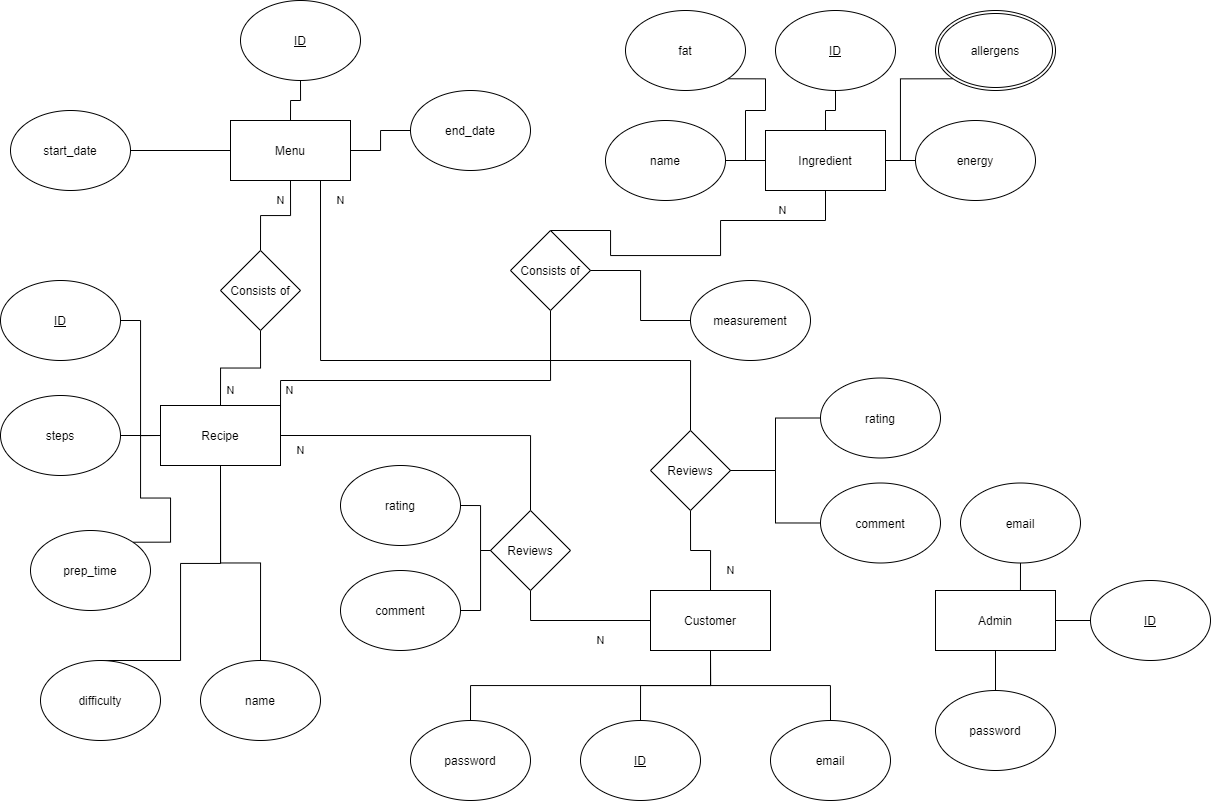
The draw.io diagram diagrams/menu-plan-ER.png in JoshuaDerbe/hf-menu-plan-challenge, before a commit. Source tidied: cells renumbered, new cells last; positions are measured from the earlier drawing's top-left corner, leaving out a move shared by most shapes.
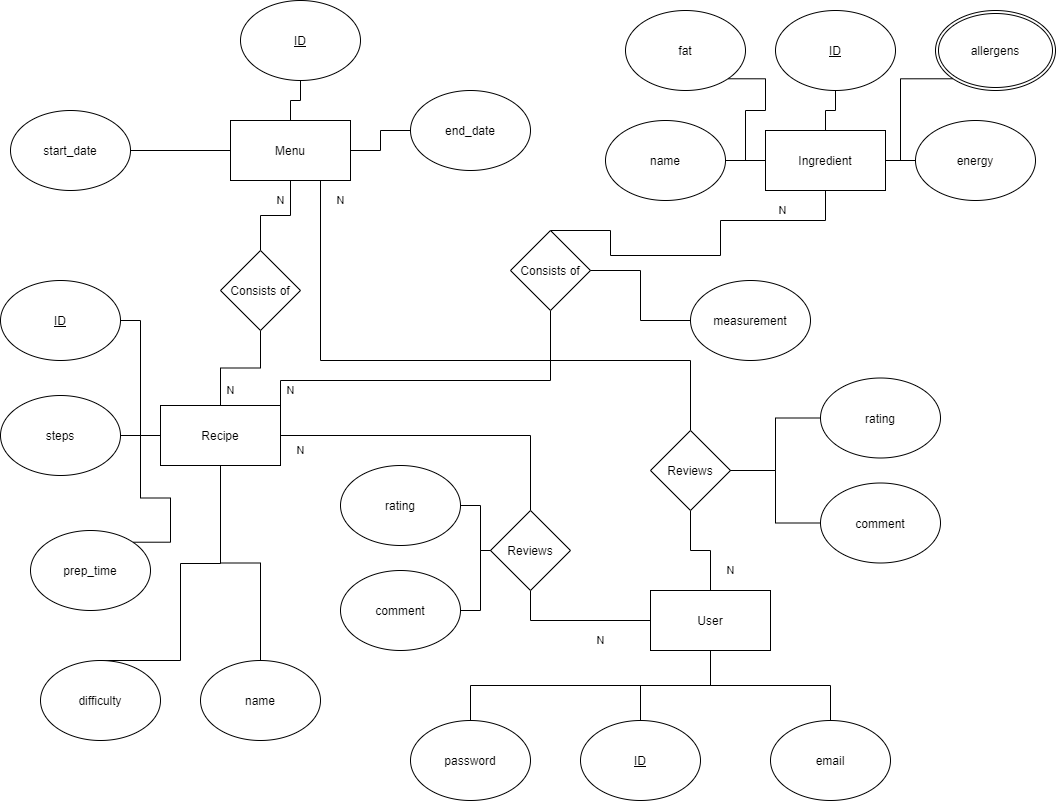
The same file after the commit.

Commit message:
Refactored customers and admin into one user. Added user routes for login and signup. Added JWT token based authentication to routes. Updated ER diagram to reflect the change

Diff of the diagram source:
```diff
@@ -20,7 +20,7 @@
     <mxCell id="7" style="edgeStyle=orthogonalEdgeStyle;rounded=0;jettySize=auto;html=1;exitX=0.5;exitY=1;exitDx=0;exitDy=0;entryX=0.5;entryY=0;entryDx=0;entryDy=0;endArrow=none;endFill=0;" parent="1" edge="1" source="8" target="59">
       <mxGeometry relative="1" as="geometry" />
     </mxCell>
-    <mxCell id="8" value="Customer" style="rounded=0;whiteSpace=wrap;html=1;" parent="1" vertex="1">
+    <mxCell id="8" value="User" style="rounded=0;whiteSpace=wrap;html=1;" parent="1" vertex="1">
       <mxGeometry x="650" y="590" width="120" height="60" as="geometry" />
     </mxCell>
     <mxCell id="9" style="edgeStyle=orthogonalEdgeStyle;rounded=0;jettySize=auto;html=1;exitX=0.5;exitY=1;exitDx=0;exitDy=0;entryX=0.5;entryY=0;entryDx=0;entryDy=0;endArrow=none;endFill=0;" parent="1" edge="1" source="10" target="2">
@@ -209,26 +209,5 @@
     <mxCell id="59" value="password" style="ellipse;whiteSpace=wrap;html=1;" parent="1" vertex="1">
       <mxGeometry x="410" y="720" width="120" height="80" as="geometry" />
     </mxCell>
-    <mxCell id="60" style="edgeStyle=orthogonalEdgeStyle;rounded=0;jettySize=auto;html=1;exitX=0.5;exitY=0;exitDx=0;exitDy=0;entryX=0.5;entryY=1;entryDx=0;entryDy=0;endArrow=none;endFill=0;" parent="1" edge="1" source="62" target="64">
-      <mxGeometry relative="1" as="geometry" />
-    </mxCell>
-    <mxCell id="61" style="edgeStyle=orthogonalEdgeStyle;rounded=0;jettySize=auto;html=1;exitX=1;exitY=0.5;exitDx=0;exitDy=0;entryX=0;entryY=0.5;entryDx=0;entryDy=0;endArrow=none;endFill=0;" parent="1" edge="1" source="62" target="63">
-      <mxGeometry relative="1" as="geometry" />
-    </mxCell>
-    <mxCell id="62" value="Admin" style="rounded=0;whiteSpace=wrap;html=1;" parent="1" vertex="1">
-      <mxGeometry x="935" y="590" width="120" height="60" as="geometry" />
-    </mxCell>
-    <mxCell id="63" value="&lt;u&gt;ID&lt;/u&gt;" style="ellipse;whiteSpace=wrap;html=1;" parent="1" vertex="1">
-      <mxGeometry x="1090" y="580" width="120" height="80" as="geometry" />
-    </mxCell>
-    <mxCell id="64" value="email" style="ellipse;whiteSpace=wrap;html=1;" parent="1" vertex="1">
-      <mxGeometry x="960" y="482.5" width="120" height="80" as="geometry" />
-    </mxCell>
-    <mxCell id="65" style="edgeStyle=orthogonalEdgeStyle;rounded=0;jettySize=auto;html=1;exitX=0.5;exitY=0;exitDx=0;exitDy=0;entryX=0.5;entryY=1;entryDx=0;entryDy=0;endArrow=none;endFill=0;" parent="1" edge="1" source="66" target="62">
-      <mxGeometry relative="1" as="geometry" />
-    </mxCell>
-    <mxCell id="66" value="password" style="ellipse;whiteSpace=wrap;html=1;" parent="1" vertex="1">
-      <mxGeometry x="935" y="690" width="120" height="80" as="geometry" />
-    </mxCell>
   </root>
 </mxGraphModel>
```
